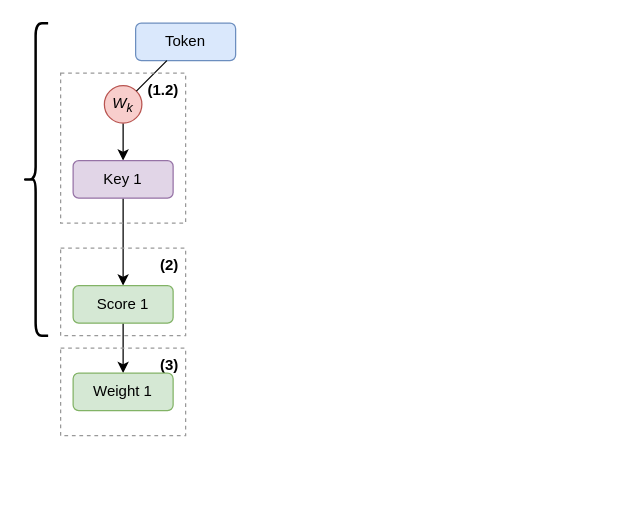
Earlier version of the draw.io diagram book/images/attention/llm-flow-self-attention-score.drawio (yshavit/llm-notes). Source tidied: cells renumbered, new cells numbered last; positions are measured from the earlier drawing's top-left corner, leaving out a move shared by most shapes. Both pictures are drawn from the tidied source at 125%, with x=0, y=0 at pixel (22, 22).
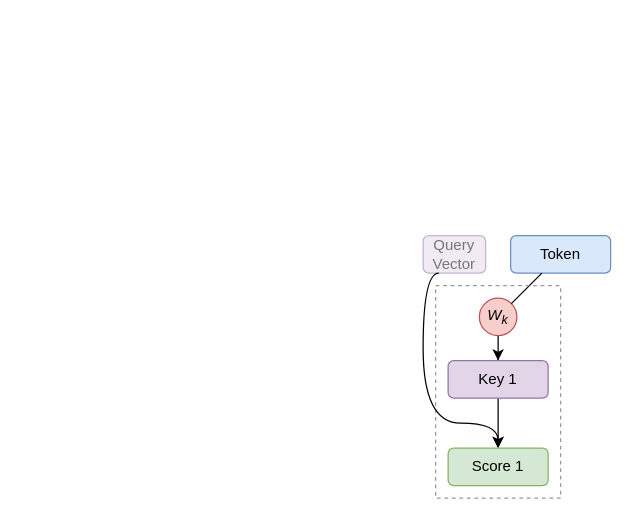
Above is the later version.

Commit message (it also covers changes not shown here):
attention: calculating weights

The edit, as a diff of the source:
```diff
@@
 <mxGraphModel>
   <root>
     <mxCell id="0" />
     <mxCell id="1" parent="0" />
+    <mxCell id="15" value="Query Vector" style="rounded=1;whiteSpace=wrap;html=1;fillColor=#e1d5e7;strokeColor=#9673a6;opacity=50;fontColor=#00000080;" parent="1" vertex="1">
+      <mxGeometry x="320" y="170" width="50" height="30" as="geometry" />
+    </mxCell>
     <mxCell id="2" style="edgeStyle=orthogonalEdgeStyle;rounded=0;jettySize=auto;html=1;" parent="1" edge="1" source="5" target="11">
       <mxGeometry relative="1" as="geometry" />
     </mxCell>
     <mxCell id="3" value="Token" style="rounded=1;whiteSpace=wrap;html=1;fillColor=#dae8fc;strokeColor=#6c8ebf;" parent="1" vertex="1">
-      <mxGeometry x="90" width="80" height="30" as="geometry" />
+      <mxGeometry x="390" y="170" width="80" height="30" as="geometry" />
     </mxCell>
-    <mxCell id="4" style="rounded=0;jettySize=auto;html=1;entryX=0.5;entryY=0;entryDx=0;entryDy=0;" parent="1" edge="1" source="11" target="10">
+    <mxCell id="4" style="rounded=0;jettySize=auto;html=1;entryX=0.5;entryY=0;entryDx=0;entryDy=0;exitX=0.5;exitY=1;exitDx=0;exitDy=0;" parent="1" edge="1" source="11" target="10">
       <mxGeometry relative="1" as="geometry" />
     </mxCell>
     <mxCell id="5" value="W&lt;sub&gt;k&lt;/sub&gt;" style="ellipse;whiteSpace=wrap;html=1;fontStyle=2;fillColor=#f8cecc;strokeColor=#b85450;" parent="1" vertex="1">
-      <mxGeometry x="65" y="50" width="30" height="30" as="geometry" />
+      <mxGeometry x="365" y="220" width="30" height="30" as="geometry" />
     </mxCell>
     <mxCell id="6" style="endArrow=none;html=1;rounded=0;" parent="1" edge="1" source="5" target="3">
       <mxGeometry relative="1" as="geometry" />
     </mxCell>
-    <mxCell id="7" value="(1.2)&amp;nbsp;" style="rounded=0;whiteSpace=wrap;html=1;fillColor=none;strokeColor=#999999;dashed=1;align=right;verticalAlign=top;fontStyle=1;" parent="1" vertex="1">
-      <mxGeometry x="30" y="40" width="100" height="120" as="geometry" />
-    </mxCell>
-    <mxCell id="8" value="(2)&amp;nbsp;" style="rounded=0;whiteSpace=wrap;html=1;fillColor=none;strokeColor=#999999;dashed=1;align=right;verticalAlign=top;fontStyle=1;" parent="1" vertex="1">
-      <mxGeometry x="30" y="180" width="100" height="70" as="geometry" />
-    </mxCell>
-    <mxCell id="9" style="edgeStyle=orthogonalEdgeStyle;rounded=0;jettySize=auto;html=1;exitX=0.5;exitY=1;exitDx=0;exitDy=0;entryX=0.5;entryY=0;entryDx=0;entryDy=0;" parent="1" edge="1" source="10" target="13">
-      <mxGeometry relative="1" as="geometry" />
-    </mxCell>
+    <mxCell id="16" style="rounded=0;whiteSpace=wrap;html=1;fillColor=none;strokeColor=#999999;dashed=1;align=right;verticalAlign=top;fontStyle=1;" parent="1" vertex="1">
+      <mxGeometry x="330" y="210" width="100" height="170" as="geometry" />
+    </mxCell>
+    <mxCell id="11" value="&lt;span&gt;Key 1&lt;/span&gt;" style="rounded=1;whiteSpace=wrap;html=1;fillColor=#e1d5e7;strokeColor=#9673a6;fontStyle=0;" parent="1" vertex="1">
+      <mxGeometry x="340" y="270" width="80" height="30" as="geometry" />
+    </mxCell>
+    <mxCell id="17" style="rounded=0;jettySize=auto;html=1;edgeStyle=orthogonalEdgeStyle;flowAnimation=0;curved=1;entryX=0.5;entryY=0;entryDx=0;entryDy=0;exitX=0.25;exitY=1;exitDx=0;exitDy=0;" parent="1" edge="1" source="15" target="10">
+      <mxGeometry relative="1" as="geometry">
+        <Array as="points">
+          <mxPoint x="320" y="200" />
+          <mxPoint x="320" y="320" />
+          <mxPoint x="380" y="320" />
+        </Array>
+      </mxGeometry>
+    </mxCell>
     <mxCell id="10" value="Score 1" style="rounded=1;whiteSpace=wrap;html=1;fillColor=#d5e8d4;strokeColor=#82b366;" parent="1" vertex="1">
-      <mxGeometry x="40" y="210" width="80" height="30" as="geometry" />
+      <mxGeometry x="340" y="340" width="80" height="30" as="geometry" />
     </mxCell>
-    <mxCell id="11" value="&lt;span&gt;Key 1&lt;/span&gt;" style="rounded=1;whiteSpace=wrap;html=1;fillColor=#e1d5e7;strokeColor=#9673a6;fontStyle=0;" parent="1" vertex="1">
-      <mxGeometry x="40" y="110" width="80" height="30" as="geometry" />
-    </mxCell>
-    <mxCell id="12" value="(3)&amp;nbsp;" style="rounded=0;whiteSpace=wrap;html=1;fillColor=none;strokeColor=#999999;dashed=1;align=right;verticalAlign=top;fontStyle=1;" parent="1" vertex="1">
-      <mxGeometry x="30" y="260" width="100" height="70" as="geometry" />
-    </mxCell>
-    <mxCell id="13" value="Weight 1" style="rounded=1;whiteSpace=wrap;html=1;fillColor=#d5e8d4;strokeColor=#82b366;" parent="1" vertex="1">
-      <mxGeometry x="40" y="280" width="80" height="30" as="geometry" />
-    </mxCell>
-    <mxCell id="14" style="shape=curlyBracket;whiteSpace=wrap;html=1;rounded=1;labelPosition=left;verticalLabelPosition=middle;align=right;verticalAlign=middle;strokeWidth=2;" parent="1" vertex="1">
-      <mxGeometry width="20" height="250" as="geometry" />
-    </mxCell>
   </root>
 </mxGraphModel>
```
